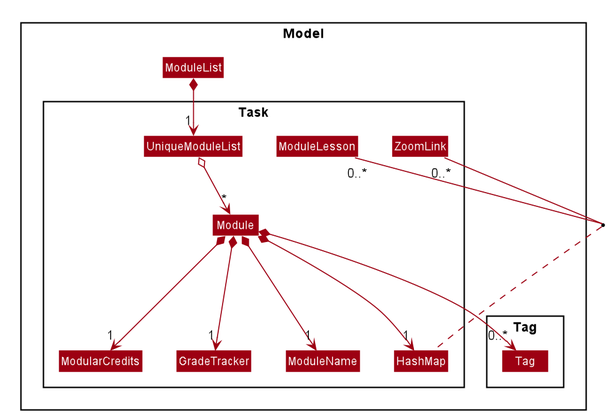
Before: docs/images/Module/ModuleListClassDiagram.png, a diagram exported from PlantUML (nus-cs2103-AY2021S1/tp). Its diagram source:
```plantuml
@startuml








skinparam BackgroundColor #FFFFFFF

skinparam Shadowing false

skinparam Class {
    FontColor #FFFFFF
    BorderThickness 1
    BorderColor #FFFFFF
    StereotypeFontColor #FFFFFF
    FontName Arial
}

skinparam Actor {
    BorderColor #000000
    Color #000000
    FontName Arial
}

skinparam Sequence {
    MessageAlign center
    BoxFontSize 15
    BoxPadding 0
    BoxFontColor #FFFFFF
    FontName Arial
}

skinparam Participant {
    FontColor #FFFFFFF
    Padding 20
}

skinparam MinClassWidth 50
skinparam ParticipantPadding 10
skinparam Shadowing false
skinparam DefaultTextAlignment center
skinparam packageStyle Rectangle

hide footbox
hide members
hide circle
skinparam arrowThickness 1.1
skinparam arrowColor #9D0012
skinparam classBackgroundColor #9D0012

Package Model <<Rectangle>>{
Class ModuleList

Package Task <<Rectangle>>{
Class UniqueModuleList
Class Module
Class ModuleName
Class ModularCredits
Class GradeTracker
Class ModuleLesson
Class ZoomLink
Class HashMap
}

Package Tag {
Class Tag
}
}

ModuleList *--> "1" UniqueModuleList
UniqueModuleList o--> "*" Module

Module *---> "1" ModuleName
Module *---> "0..*" Tag
Module *---> "1" HashMap
Module *---> "1" ModularCredits
Module *---> "1" GradeTracker
ModuleLesson "0..*" -- "0..*" ZoomLink
(ModuleLesson, ZoomLink) .. HashMap

@enduml
```
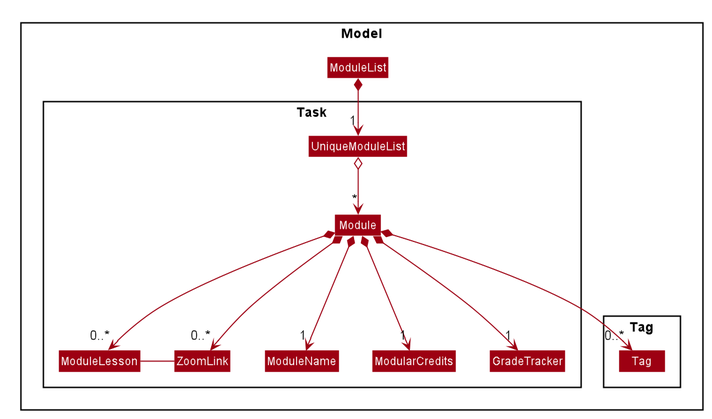
Later version of the same file.

The edit, as a diff of the source:
```diff
@@ -62,7 +62,6 @@
 Class GradeTracker
 Class ModuleLesson
 Class ZoomLink
-Class HashMap
 }
 
 Package Tag {
@@ -75,10 +74,9 @@
 
 Module *---> "1" ModuleName
 Module *---> "0..*" Tag
-Module *---> "1" HashMap
 Module *---> "1" ModularCredits
 Module *---> "1" GradeTracker
-ModuleLesson "0..*" -- "0..*" ZoomLink
-(ModuleLesson, ZoomLink) .. HashMap
-
+Module *---> "0..*" ModuleLesson
+Module *---> "0..*" ZoomLink
+ModuleLesson - ZoomLink
 @enduml
```
